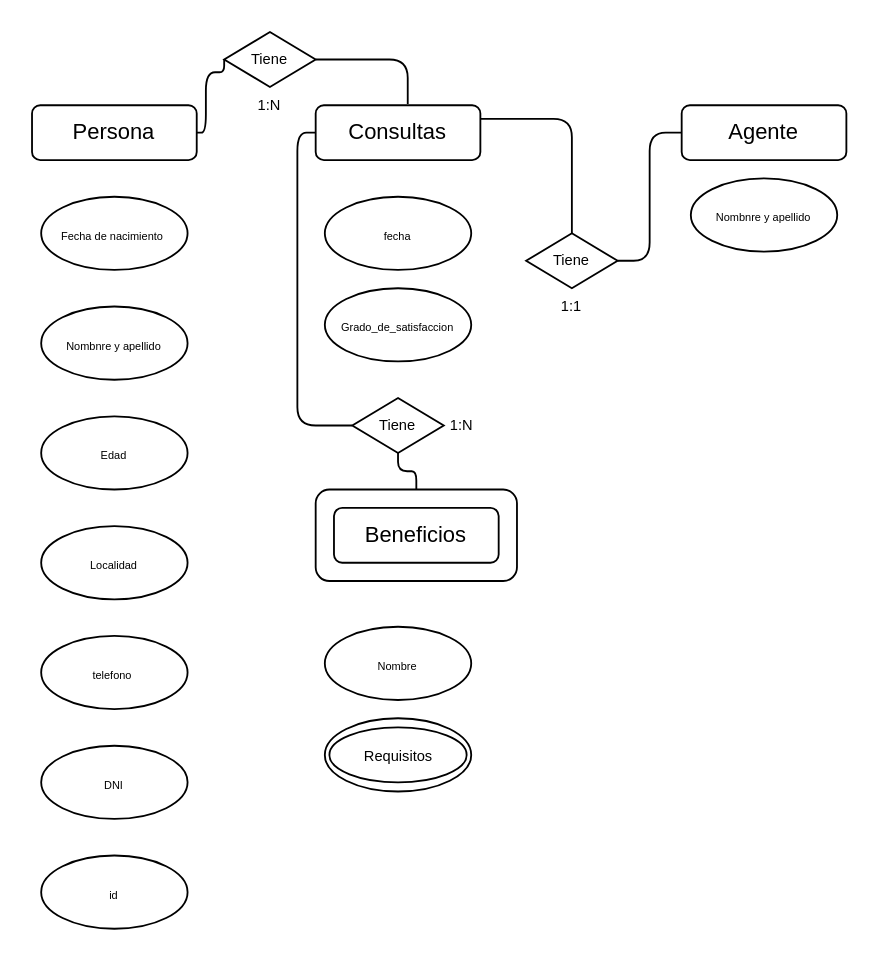
This is diagrama.drawio from marcosmix/redes, a draw.io file, before an edit. Source tidied: cells renumbered, new cells numbered last; positions are measured from the earlier drawing's top-left corner, leaving out a move shared by most shapes. Both pictures are drawn from the tidied source at 183%, with x=0, y=0 at pixel (31, 31).
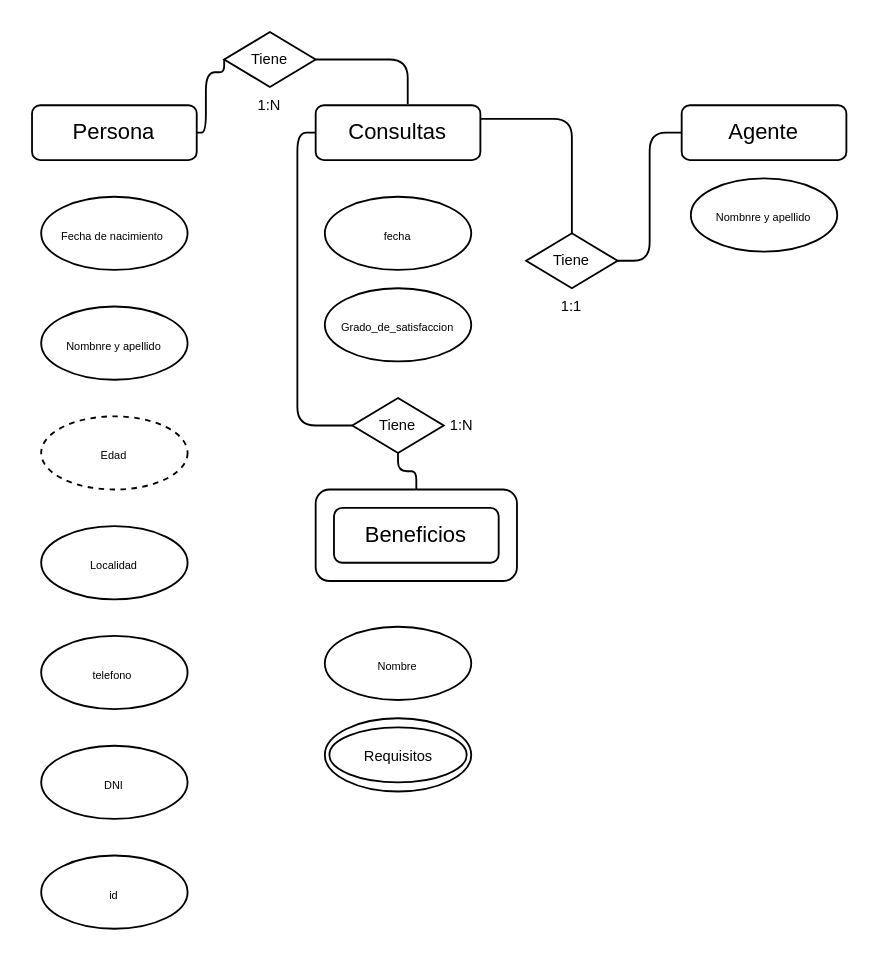
The same diagram, later.

Diff of the diagram source:
```diff
@@
-    <mxCell id="6" value="&lt;font style=&quot;font-size: 6px&quot;&gt;Edad&lt;/font&gt;" style="ellipse;whiteSpace=wrap;html=1;" parent="1" vertex="1">
+    <mxCell id="6" value="&lt;font style=&quot;font-size: 6px&quot;&gt;Edad&lt;/font&gt;" style="ellipse;whiteSpace=wrap;html=1;dashed=1;" parent="1" vertex="1">
       <mxGeometry x="5" y="210" width="80" height="40" as="geometry" />
     </mxCell>
```
